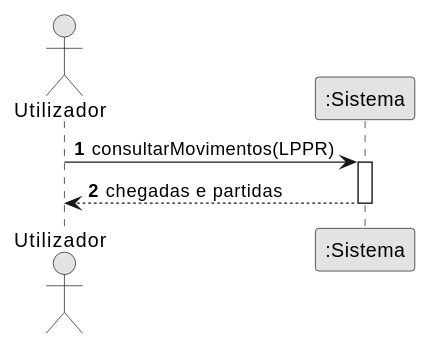
Earlier version of the PlantUML export docs/system-documentation/use-cases/US14/svg/ssd_us14.svg (miguelsiilva1/SkyTracer). Source of this version:
```plantuml
@startuml
autonumber
skinparam monochrome true
actor "Utilizador" as U
participant ":Sistema" as S

U -> S : consultarMovimentos(LPPR)
activate S
S --> U : chegadas e partidas
deactivate S
@enduml
```
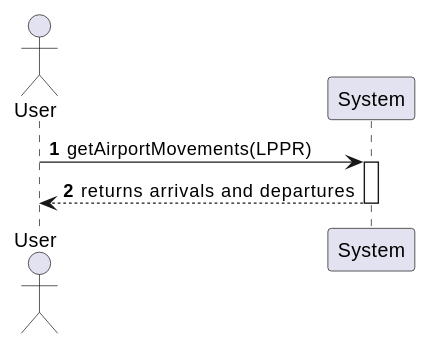
The same file after the commit.

The edit, as a diff of the source:
```diff
@@ -1,11 +1,10 @@
 @startuml
 autonumber
-skinparam monochrome true
-actor "Utilizador" as U
-participant ":Sistema" as S
+actor "User" as A
+participant "System" as S
 
-U -> S : consultarMovimentos(LPPR)
+A -> S : getAirportMovements(LPPR)
 activate S
-S --> U : chegadas e partidas
+S --> A : returns arrivals and departures
 deactivate S
 @enduml
```
